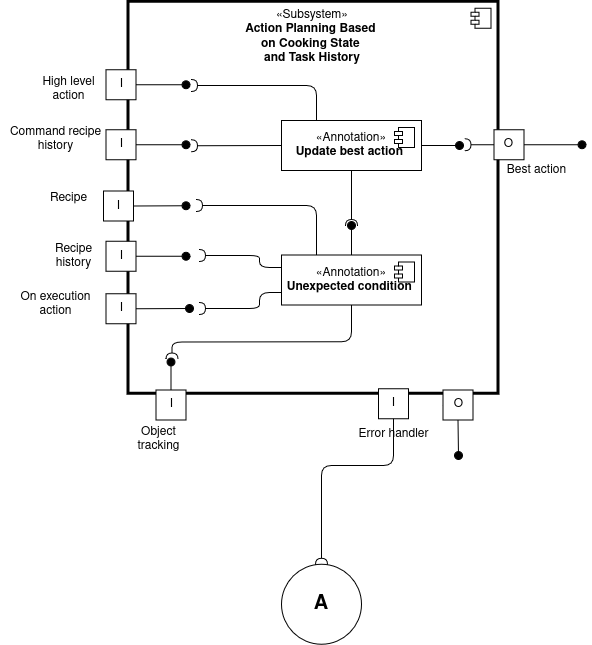
Above: docs/source/_static/action_planning.png in AlessandroMangili/Assignment_Cogar_group_I (draw.io), before the change. Source tidied: cells renumbered, new cells last; positions are measured from the earlier drawing's top-left corner, leaving out a move shared by most shapes.
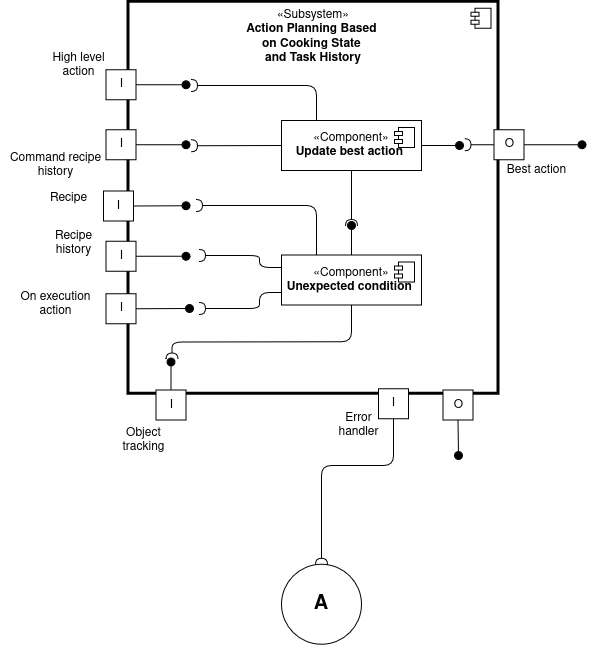
After the change.

What changed in the source:
```diff
@@ -10,7 +10,7 @@
         <mxPoint x="-27" y="7" as="offset" />
       </mxGeometry>
     </mxCell>
-    <mxCell id="4" value="«Annotation»&lt;br&gt;&lt;b&gt;Update best action&amp;nbsp;&lt;/b&gt;" style="html=1;whiteSpace=wrap;" parent="1" vertex="1">
+    <mxCell id="4" value="«Component»&lt;br&gt;&lt;b&gt;Update best action&amp;nbsp;&lt;/b&gt;" style="html=1;whiteSpace=wrap;" parent="1" vertex="1">
       <mxGeometry x="281" y="119" width="140" height="50" as="geometry" />
     </mxCell>
     <mxCell id="5" style="shape=module;jettyWidth=8;jettyHeight=4;" parent="4" vertex="1">
@@ -34,7 +34,7 @@
         <mxPoint x="581.5" y="143.2" as="targetPoint" />
       </mxGeometry>
     </mxCell>
-    <mxCell id="10" value="«Annotation»&lt;br&gt;&lt;b&gt;Unexpected condition&amp;nbsp;&lt;/b&gt;" style="html=1;whiteSpace=wrap;" parent="1" vertex="1">
+    <mxCell id="10" value="«Component»&lt;br&gt;&lt;b&gt;Unexpected condition&amp;nbsp;&lt;/b&gt;" style="html=1;whiteSpace=wrap;" parent="1" vertex="1">
       <mxGeometry x="281" y="253.5" width="140" height="50" as="geometry" />
     </mxCell>
     <mxCell id="11" style="shape=module;jettyWidth=8;jettyHeight=4;" parent="10" vertex="1">
@@ -181,25 +181,25 @@
       </mxGeometry>
     </mxCell>
     <mxCell id="39" value="&lt;div&gt;High level&lt;/div&gt;&lt;div&gt;action&lt;/div&gt;" style="text;html=1;align=center;verticalAlign=middle;strokeColor=none;fillColor=none;" parent="1" vertex="1">
-      <mxGeometry x="28" y="68.2" width="80" height="40" as="geometry" />
+      <mxGeometry x="38" y="44" width="80" height="40" as="geometry" />
     </mxCell>
     <mxCell id="40" value="&lt;div&gt;Command recipe&lt;/div&gt;&lt;div&gt;history&lt;/div&gt;" style="text;html=1;align=center;verticalAlign=middle;strokeColor=none;fillColor=none;" parent="1" vertex="1">
-      <mxGeometry y="118.2" width="110" height="40" as="geometry" />
+      <mxGeometry y="143.5" width="110" height="40" as="geometry" />
     </mxCell>
     <mxCell id="41" value="Recipe" style="text;html=1;align=center;verticalAlign=middle;strokeColor=none;fillColor=none;" parent="1" vertex="1">
       <mxGeometry x="38" y="182.2" width="60" height="30" as="geometry" />
     </mxCell>
     <mxCell id="42" value="&lt;div&gt;Recipe&lt;/div&gt;&lt;div&gt;history&lt;/div&gt;" style="text;html=1;align=center;verticalAlign=middle;strokeColor=none;fillColor=none;" parent="1" vertex="1">
-      <mxGeometry x="43" y="234.8" width="60" height="40" as="geometry" />
+      <mxGeometry x="43" y="222.2" width="60" height="40" as="geometry" />
     </mxCell>
     <mxCell id="43" value="&lt;div&gt;On execution&lt;/div&gt;&lt;div&gt;action&lt;/div&gt;" style="text;html=1;align=center;verticalAlign=middle;strokeColor=none;fillColor=none;" parent="1" vertex="1">
       <mxGeometry x="10" y="282.6" width="90" height="40" as="geometry" />
     </mxCell>
-    <mxCell id="44" value="&lt;div&gt;Error handler&lt;/div&gt;" style="text;html=1;align=center;verticalAlign=middle;strokeColor=none;fillColor=none;" parent="1" vertex="1">
-      <mxGeometry x="348" y="418.5" width="90" height="30" as="geometry" />
+    <mxCell id="44" value="&lt;div&gt;Error&lt;/div&gt;&lt;div&gt;handler&lt;/div&gt;" style="text;html=1;align=center;verticalAlign=middle;strokeColor=none;fillColor=none;" parent="1" vertex="1">
+      <mxGeometry x="327.5" y="403.9" width="60" height="40" as="geometry" />
     </mxCell>
     <mxCell id="45" value="Object&lt;div&gt;tracking&lt;/div&gt;" style="text;html=1;align=center;verticalAlign=middle;strokeColor=none;fillColor=none;" parent="1" vertex="1">
-      <mxGeometry x="123.5" y="418.5" width="70" height="40" as="geometry" />
+      <mxGeometry x="108" y="418.5" width="70" height="40" as="geometry" />
     </mxCell>
   </root>
 </mxGraphModel>
```
